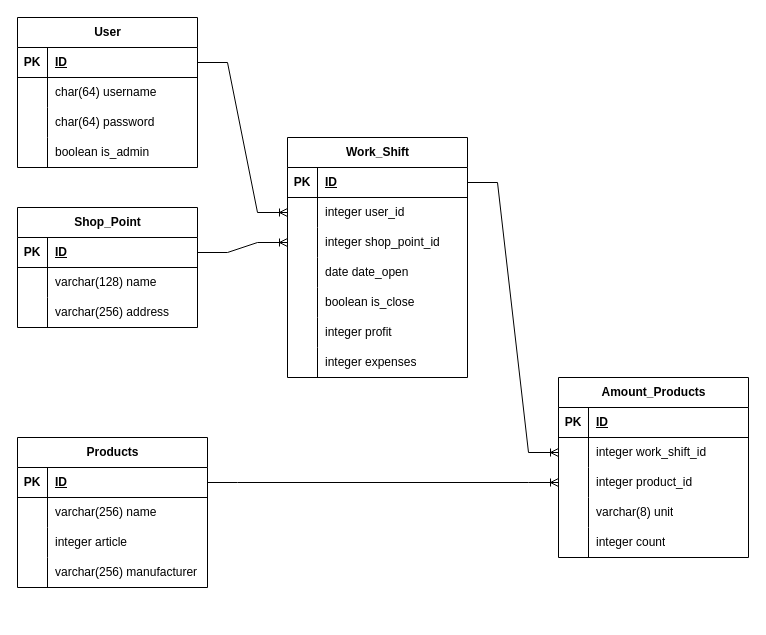
The draw.io diagram docs/OTUS_DB_HW_1.drawio in OhlupinMaxim/otus-postgres-dba, before the edit. Source tidied: cells renumbered, new cells numbered last; positions are measured from the earlier drawing's top-left corner, leaving out a move shared by most shapes. Both pictures are drawn from the tidied source at 100%, with x=0, y=0 at pixel (17, 17).
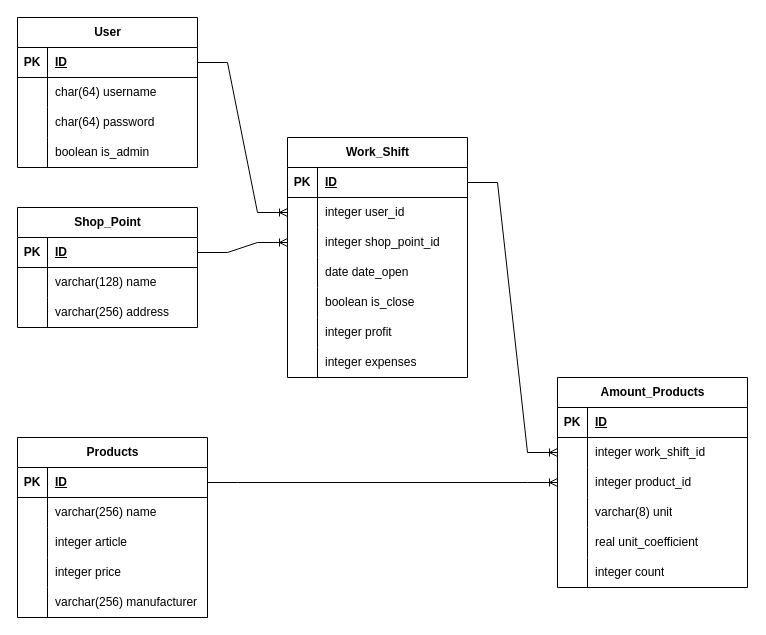
Above is the later version.

Commit message (it also covers changes not shown here):
update diagram data

What changed in the source:
```diff
@@
     <mxCell id="15" value="&lt;div&gt;Products&lt;/div&gt;" style="shape=table;startSize=30;childLayout=tableLayout;rowLines=0;fontStyle=1;align=center;html=1;" parent="1" vertex="1">
-      <mxGeometry y="420" width="190" height="150" as="geometry" />
+      <mxGeometry y="420" width="190" height="180" as="geometry" />
     </mxCell>
@@
+    <mxCell id="80" style="shape=tableRow;horizontal=0;startSize=0;swimlaneHead=0;swimlaneBody=0;fillColor=none;top=0;left=0;right=0;bottom=0;" parent="15" vertex="1">
+      <mxGeometry y="120" width="190" height="30" as="geometry" />
+    </mxCell>
+    <mxCell id="81" style="shape=partialRectangle;fillColor=none;top=0;left=0;bottom=0;right=0;overflow=hidden;whiteSpace=wrap;html=1;" parent="80" vertex="1">
+      <mxGeometry width="30" height="30" as="geometry" />
+    </mxCell>
+    <mxCell id="82" value="integer price" style="shape=partialRectangle;fillColor=none;top=0;left=0;bottom=0;right=0;align=left;spacingLeft=6;overflow=hidden;whiteSpace=wrap;html=1;" parent="80" vertex="1">
+      <mxGeometry x="30" width="160" height="30" as="geometry" />
+    </mxCell>
     <mxCell id="25" style="shape=tableRow;horizontal=0;startSize=0;swimlaneHead=0;swimlaneBody=0;fillColor=none;top=0;left=0;right=0;bottom=0;" parent="15" vertex="1">
-      <mxGeometry y="120" width="190" height="30" as="geometry" />
+      <mxGeometry y="150" width="190" height="30" as="geometry" />
     </mxCell>
@@
     <mxCell id="38" value="Amount_Products" style="shape=table;startSize=30;childLayout=tableLayout;rowLines=0;fontStyle=1;align=center;html=1;" parent="1" vertex="1">
-      <mxGeometry x="541" y="360" width="190" height="180" as="geometry" />
+      <mxGeometry x="540" y="360" width="190" height="210" as="geometry" />
     </mxCell>
@@
+    <mxCell id="83" style="shape=tableRow;horizontal=0;startSize=0;swimlaneHead=0;swimlaneBody=0;fillColor=none;top=0;left=0;right=0;bottom=0;" parent="38" vertex="1">
+      <mxGeometry y="150" width="190" height="30" as="geometry" />
+    </mxCell>
+    <mxCell id="84" style="shape=partialRectangle;fillColor=none;top=0;left=0;bottom=0;right=0;overflow=hidden;whiteSpace=wrap;html=1;" parent="83" vertex="1">
+      <mxGeometry width="30" height="30" as="geometry" />
+    </mxCell>
+    <mxCell id="85" value="real unit_coefficient" style="shape=partialRectangle;fillColor=none;top=0;left=0;bottom=0;right=0;align=left;spacingLeft=6;overflow=hidden;whiteSpace=wrap;html=1;" parent="83" vertex="1">
+      <mxGeometry x="30" width="160" height="30" as="geometry" />
+    </mxCell>
     <mxCell id="51" style="shape=tableRow;horizontal=0;startSize=0;swimlaneHead=0;swimlaneBody=0;fillColor=none;top=0;left=0;right=0;bottom=0;" parent="38" vertex="1">
-      <mxGeometry y="150" width="190" height="30" as="geometry" />
+      <mxGeometry y="180" width="190" height="30" as="geometry" />
     </mxCell>
```
